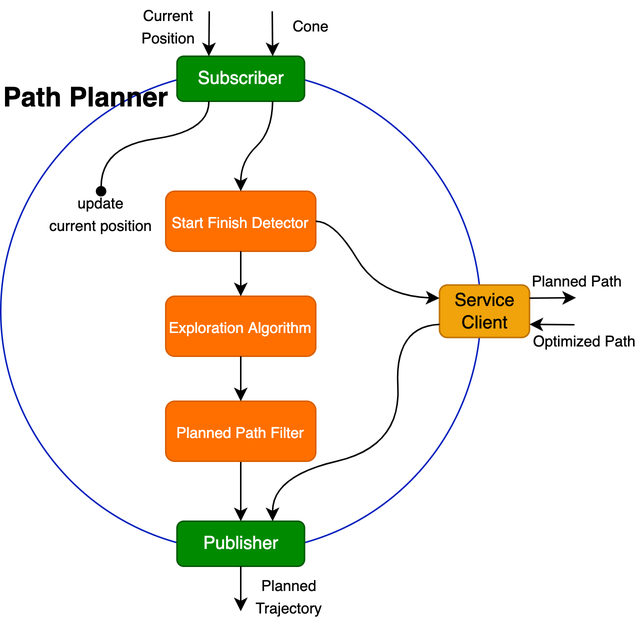
Earlier version of the draw.io export img/Path_Planning_Path_Planner.png (Beomar97/path-planning-docs). Source tidied: cells renumbered, new cells last; positions are measured from the earlier drawing's top-left corner, leaving out a move shared by most shapes. The source it was exported from:
```xml
<mxGraphModel>
  <root>
    <mxCell id="0" />
    <mxCell id="1" parent="0" />
    <mxCell id="2" value="Path Planner" style="ellipse;whiteSpace=wrap;html=1;fontSize=18;fontStyle=1;fillColor=none;strokeColor=#001DBC;fontColor=#000000;align=left;verticalAlign=top;" parent="1" vertex="1">
      <mxGeometry y="40" width="320" height="320" as="geometry" />
    </mxCell>
    <mxCell id="3" value="Start Finish Detector" style="rounded=1;whiteSpace=wrap;html=1;sketch=0;fontSize=10;fillColor=#FF6F00;strokeColor=#D95F00;fontColor=#FFFFFF;" parent="1" vertex="1">
      <mxGeometry x="110" y="120" width="100" height="40" as="geometry" />
    </mxCell>
    <mxCell id="4" value="Subscriber" style="rounded=1;whiteSpace=wrap;html=1;fontSize=12;fillColor=#008a00;strokeColor=#005700;fontColor=#ffffff;fontStyle=0;" parent="1" vertex="1">
      <mxGeometry x="117.5" y="30" width="85" height="30" as="geometry" />
    </mxCell>
    <mxCell id="5" value="Exploration Algorithm" style="rounded=1;whiteSpace=wrap;html=1;sketch=0;fontSize=10;fillColor=#FF6F00;strokeColor=#D95F00;fontColor=#FFFFFF;" parent="1" vertex="1">
      <mxGeometry x="110" y="190" width="100" height="40" as="geometry" />
    </mxCell>
    <mxCell id="6" value="Service&lt;br style=&quot;font-size: 12px;&quot;&gt;Client" style="rounded=1;whiteSpace=wrap;html=1;fontSize=12;verticalAlign=middle;fillColor=#f0a30a;fontColor=#000000;strokeColor=#BD7000;" parent="1" vertex="1">
      <mxGeometry x="292.5" y="182.5" width="60" height="35" as="geometry" />
    </mxCell>
    <mxCell id="7" value="Publisher" style="rounded=1;whiteSpace=wrap;html=1;fontSize=12;fillColor=#008a00;strokeColor=#005700;fontColor=#ffffff;fontStyle=0;" parent="1" vertex="1">
      <mxGeometry x="117.5" y="340" width="85" height="30" as="geometry" />
    </mxCell>
    <mxCell id="8" style="endArrow=oval;html=1;fontSize=10;fontColor=#FFFFFF;exitX=0.25;exitY=1;exitDx=0;exitDy=0;curved=1;endFill=1;entryX=0.209;entryY=0.25;entryDx=0;entryDy=0;entryPerimeter=0;" parent="1" edge="1" source="4" target="2">
      <mxGeometry relative="1" as="geometry">
        <Array as="points">
          <mxPoint x="139" y="80" />
          <mxPoint x="67" y="90" />
        </Array>
      </mxGeometry>
    </mxCell>
    <mxCell id="9" style="endArrow=classic;html=1;rounded=0;fontSize=10;fontColor=#FFFFFF;entryX=0.5;entryY=0;entryDx=0;entryDy=0;exitX=0.5;exitY=1;exitDx=0;exitDy=0;" parent="1" edge="1" source="3" target="5">
      <mxGeometry relative="1" as="geometry" />
    </mxCell>
    <mxCell id="10" style="endArrow=classic;html=1;fontSize=10;fontColor=#FFFFFF;entryX=0;entryY=0.25;entryDx=0;entryDy=0;exitX=1;exitY=0.5;exitDx=0;exitDy=0;curved=1;" parent="1" edge="1" source="3" target="6">
      <mxGeometry relative="1" as="geometry">
        <Array as="points">
          <mxPoint x="222.5" y="140" />
          <mxPoint x="252.5" y="190" />
        </Array>
      </mxGeometry>
    </mxCell>
    <mxCell id="11" style="endArrow=classic;html=1;rounded=0;fontSize=10;fontColor=#FFFFFF;entryX=0.25;entryY=0;entryDx=0;entryDy=0;" parent="1" edge="1" target="4">
      <mxGeometry relative="1" as="geometry">
        <mxPoint x="139" as="sourcePoint" />
      </mxGeometry>
    </mxCell>
    <mxCell id="12" style="endArrow=classic;html=1;rounded=0;fontSize=10;fontColor=#FFFFFF;exitX=0.5;exitY=1;exitDx=0;exitDy=0;" parent="1" edge="1" source="7">
      <mxGeometry relative="1" as="geometry">
        <mxPoint x="160" y="400" as="targetPoint" />
      </mxGeometry>
    </mxCell>
    <mxCell id="13" style="endArrow=classic;html=1;rounded=0;fontSize=10;fontColor=#FFFFFF;exitX=1;exitY=0.25;exitDx=0;exitDy=0;" parent="1" edge="1" source="6">
      <mxGeometry relative="1" as="geometry">
        <mxPoint x="383.5" y="191" as="targetPoint" />
      </mxGeometry>
    </mxCell>
    <mxCell id="14" style="endArrow=classic;html=1;rounded=0;fontSize=10;fontColor=#FFFFFF;entryX=1;entryY=0.75;entryDx=0;entryDy=0;" parent="1" edge="1" target="6">
      <mxGeometry relative="1" as="geometry">
        <mxPoint x="382.5" y="209" as="sourcePoint" />
      </mxGeometry>
    </mxCell>
    <mxCell id="15" style="endArrow=classic;html=1;fontSize=10;fontColor=#FFFFFF;curved=1;entryX=0.75;entryY=0;entryDx=0;entryDy=0;exitX=0;exitY=0.75;exitDx=0;exitDy=0;" parent="1" edge="1" source="6" target="7">
      <mxGeometry relative="1" as="geometry">
        <Array as="points">
          <mxPoint x="262.5" y="210" />
          <mxPoint x="267" y="290" />
          <mxPoint x="181" y="310" />
        </Array>
      </mxGeometry>
    </mxCell>
    <mxCell id="16" style="endArrow=classic;html=1;fontSize=10;fontColor=#FFFFFF;curved=1;entryX=0.5;entryY=0;entryDx=0;entryDy=0;exitX=0.5;exitY=1;exitDx=0;exitDy=0;" parent="1" edge="1" source="21" target="7">
      <mxGeometry relative="1" as="geometry" />
    </mxCell>
    <mxCell id="17" style="endArrow=classic;html=1;fontSize=10;fontColor=#FFFFFF;entryX=0.5;entryY=0;entryDx=0;entryDy=0;exitX=0.75;exitY=1;exitDx=0;exitDy=0;curved=1;" parent="1" edge="1" source="4" target="3">
      <mxGeometry relative="1" as="geometry">
        <Array as="points">
          <mxPoint x="181" y="80" />
          <mxPoint x="160" y="100" />
        </Array>
      </mxGeometry>
    </mxCell>
    <mxCell id="18" value="&lt;font style=&quot;font-size: 10px;&quot;&gt;update&lt;br&gt;current position&lt;/font&gt;" style="text;html=1;strokeColor=none;fillColor=none;align=center;verticalAlign=middle;whiteSpace=wrap;rounded=0;" parent="1" vertex="1">
      <mxGeometry x="27" y="120" width="80" height="30" as="geometry" />
    </mxCell>
    <mxCell id="19" value="&lt;span style=&quot;font-size: 10px;&quot;&gt;Cone&lt;/span&gt;" style="text;html=1;strokeColor=none;fillColor=none;align=center;verticalAlign=middle;whiteSpace=wrap;rounded=0;" parent="1" vertex="1">
      <mxGeometry x="192" width="30" height="20" as="geometry" />
    </mxCell>
    <mxCell id="20" value="&lt;span style=&quot;font-size: 10px;&quot;&gt;Current Position&lt;/span&gt;" style="text;html=1;strokeColor=none;fillColor=none;align=center;verticalAlign=middle;whiteSpace=wrap;rounded=0;" parent="1" vertex="1">
      <mxGeometry x="97" width="30" height="20" as="geometry" />
    </mxCell>
    <mxCell id="21" value="Planned Path Filter" style="rounded=1;whiteSpace=wrap;html=1;sketch=0;fontSize=10;fillColor=#FF6F00;strokeColor=#D95F00;fontColor=#FFFFFF;" parent="1" vertex="1">
      <mxGeometry x="110" y="260" width="100" height="40" as="geometry" />
    </mxCell>
    <mxCell id="22" style="endArrow=classic;html=1;fontSize=10;fontColor=#FFFFFF;curved=1;entryX=0.5;entryY=0;entryDx=0;entryDy=0;exitX=0.5;exitY=1;exitDx=0;exitDy=0;" parent="1" edge="1" source="5" target="21">
      <mxGeometry relative="1" as="geometry" />
    </mxCell>
    <mxCell id="23" value="&lt;span style=&quot;font-size: 10px;&quot;&gt;Planned Path&lt;/span&gt;" style="text;html=1;strokeColor=none;fillColor=none;align=center;verticalAlign=middle;whiteSpace=wrap;rounded=0;" parent="1" vertex="1">
      <mxGeometry x="352.5" y="170" width="64.5" height="20" as="geometry" />
    </mxCell>
    <mxCell id="24" value="&lt;span style=&quot;font-size: 10px;&quot;&gt;Optimized Path&lt;/span&gt;" style="text;html=1;strokeColor=none;fillColor=none;align=center;verticalAlign=middle;whiteSpace=wrap;rounded=0;" parent="1" vertex="1">
      <mxGeometry x="352.5" y="210" width="74.5" height="20" as="geometry" />
    </mxCell>
    <mxCell id="25" value="&lt;span style=&quot;font-size: 10px;&quot;&gt;Planned Trajectory&lt;/span&gt;" style="text;html=1;strokeColor=none;fillColor=none;align=center;verticalAlign=middle;whiteSpace=wrap;rounded=0;" parent="1" vertex="1">
      <mxGeometry x="160" y="380" width="64.5" height="20" as="geometry" />
    </mxCell>
    <mxCell id="26" style="endArrow=classic;html=1;rounded=0;fontSize=10;fontColor=#FFFFFF;entryX=0.75;entryY=0;entryDx=0;entryDy=0;" parent="1" edge="1" target="4">
      <mxGeometry relative="1" as="geometry">
        <mxPoint x="181" as="sourcePoint" />
      </mxGeometry>
    </mxCell>
  </root>
</mxGraphModel>
```
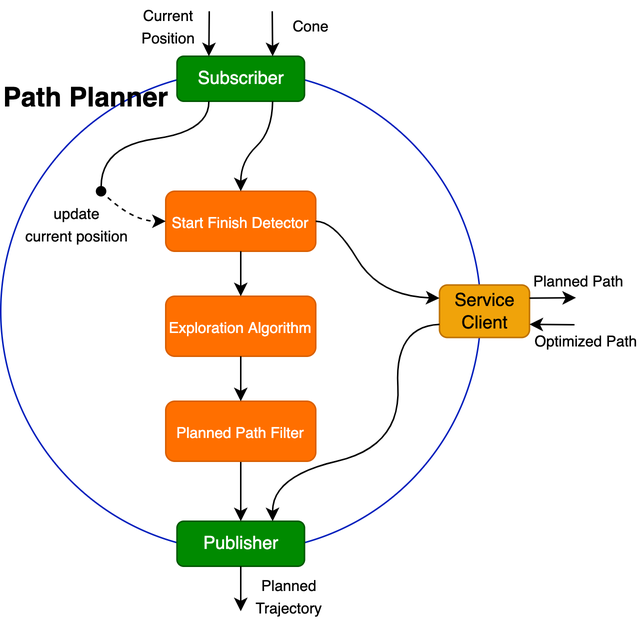
Later version of the same file.

The edit, as a diff of the source:
```diff
@@ -80,7 +80,7 @@
       </mxGeometry>
     </mxCell>
     <mxCell id="18" value="&lt;font style=&quot;font-size: 10px;&quot;&gt;update&lt;br&gt;current position&lt;/font&gt;" style="text;html=1;strokeColor=none;fillColor=none;align=center;verticalAlign=middle;whiteSpace=wrap;rounded=0;" parent="1" vertex="1">
-      <mxGeometry x="27" y="120" width="80" height="30" as="geometry" />
+      <mxGeometry x="11" y="127" width="80" height="30" as="geometry" />
     </mxCell>
     <mxCell id="19" value="&lt;span style=&quot;font-size: 10px;&quot;&gt;Cone&lt;/span&gt;" style="text;html=1;strokeColor=none;fillColor=none;align=center;verticalAlign=middle;whiteSpace=wrap;rounded=0;" parent="1" vertex="1">
       <mxGeometry x="192" width="30" height="20" as="geometry" />
@@ -108,5 +108,13 @@
         <mxPoint x="181" as="sourcePoint" />
       </mxGeometry>
     </mxCell>
+    <mxCell id="27" style="endArrow=classic;html=1;dashed=1;entryX=0;entryY=0.5;entryDx=0;entryDy=0;curved=1;" parent="1" edge="1" target="3">
+      <mxGeometry relative="1" as="geometry">
+        <mxPoint x="67" y="120" as="sourcePoint" />
+        <Array as="points">
+          <mxPoint x="87" y="140" />
+        </Array>
+      </mxGeometry>
+    </mxCell>
   </root>
 </mxGraphModel>
```
